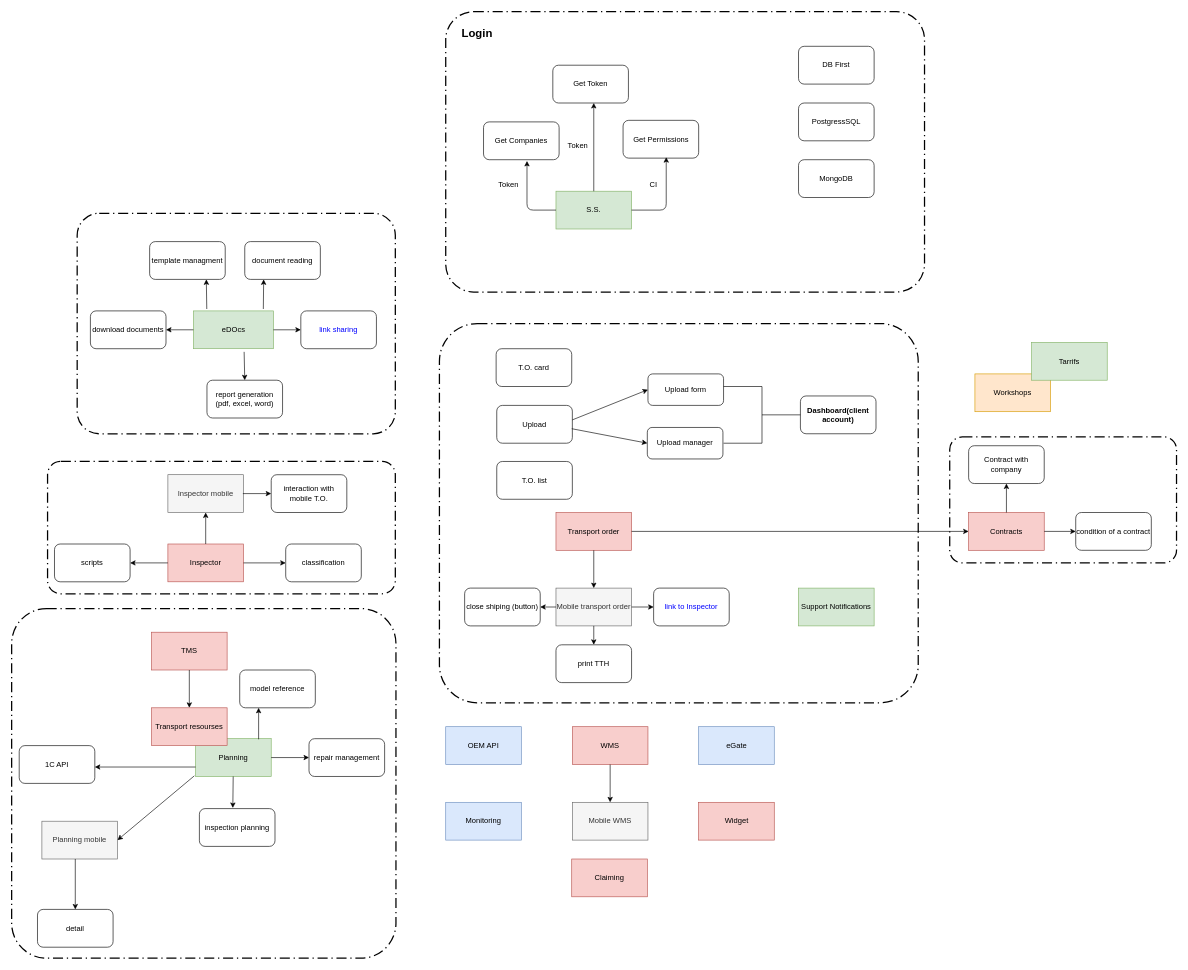
Before: universal diagram.drawio in annastazi02/diagrams, a draw.io diagram. Source tidied: cells renumbered, new cells numbered last; positions are measured from the earlier drawing's top-left corner, leaving out a move shared by most shapes. Both pictures are drawn from the tidied source at 63%, with x=0, y=0 at pixel (11, 11).
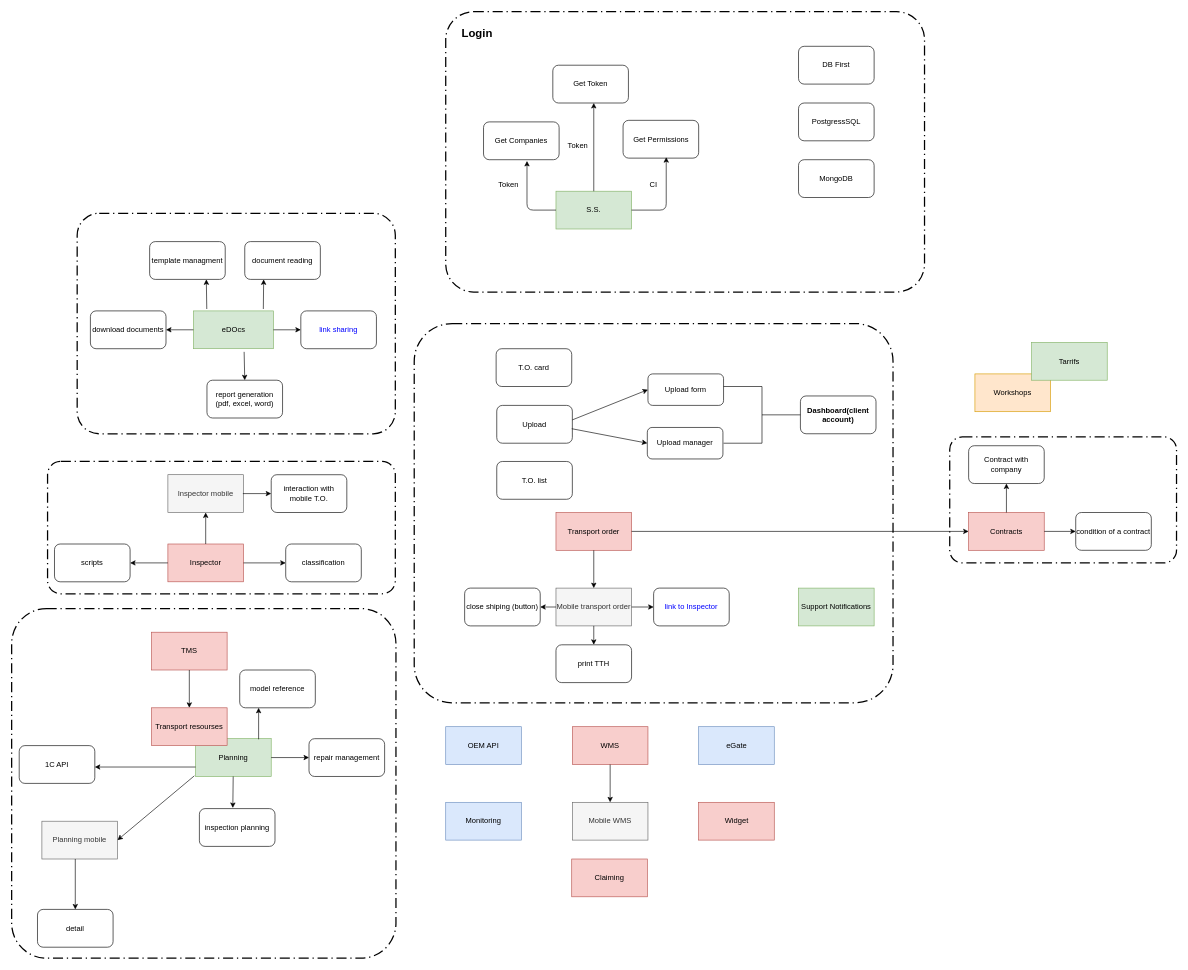
After the change.

Diff of the diagram source:
```diff
@@
-    <mxCell id="43" style="rounded=1;arcSize=10;dashed=1;strokeColor=#000000;fillColor=none;gradientColor=none;dashPattern=8 3 1 3;strokeWidth=2;" parent="1" vertex="1">
-      <mxGeometry x="679" y="495" width="760" height="602" as="geometry" />
+    <mxCell id="43" value="&#10;&#10;&#10;" style="rounded=1;arcSize=10;dashed=1;strokeColor=#000000;fillColor=none;gradientColor=none;dashPattern=8 3 1 3;strokeWidth=2;" parent="1" vertex="1">
+      <mxGeometry x="639" y="495" width="760" height="602" as="geometry" />
     </mxCell>
```
